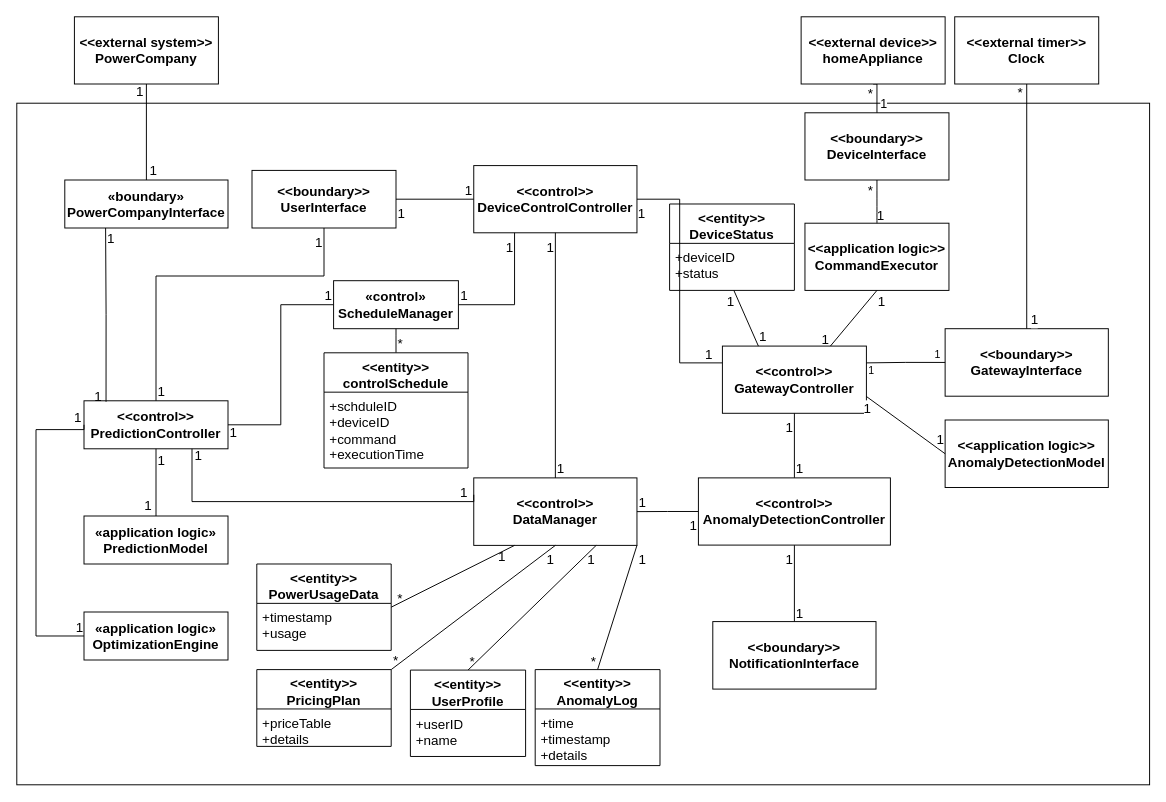
This is page "StaticView" (4 of 4) of DomainModeling.drawio from GeniusHoon/AssociateArchitect, a draw.io file, before an edit. Source tidied: cells renumbered, new cells numbered last; positions are measured from the earlier drawing's top-left corner, leaving out a move shared by most shapes. Both pictures are drawn from the tidied source at 96%, with x=0, y=0 at pixel (16, 16).
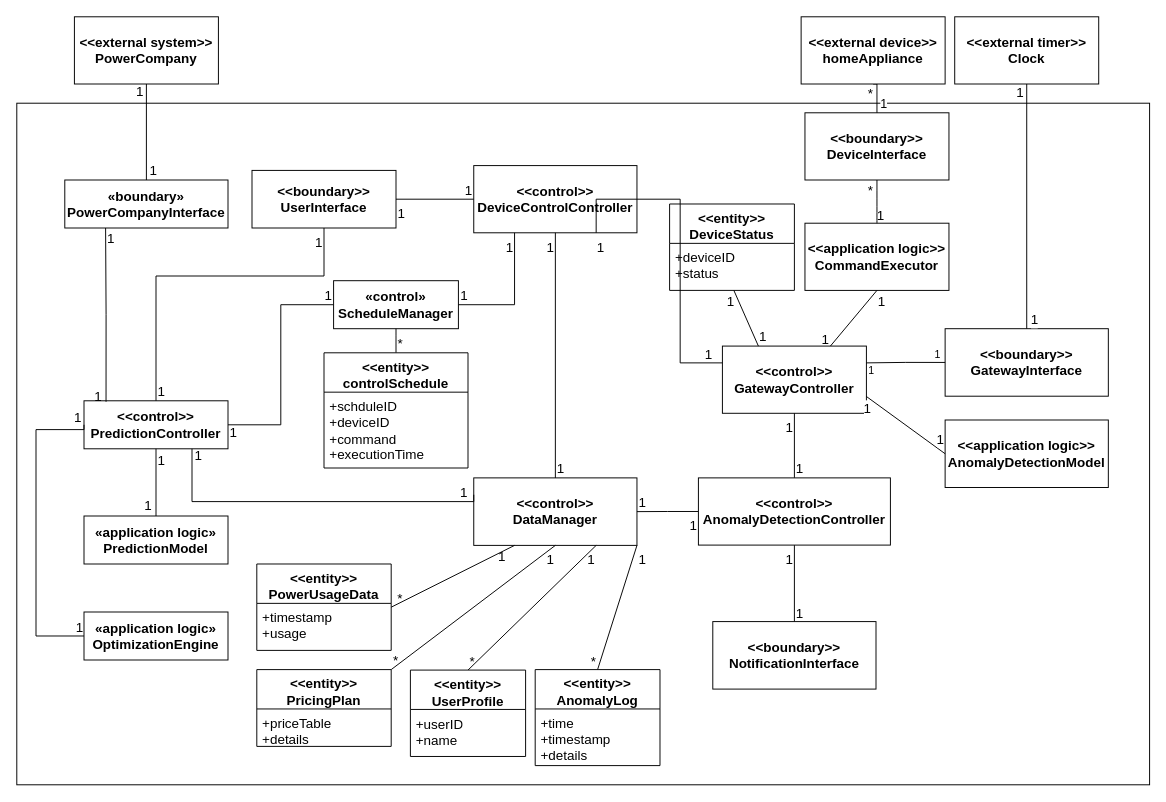
Above is the later version.

Unchanged cells that the change refers to:
```xml
<mxCell id="3" value="&lt;span style=&quot;text-wrap-mode: nowrap;&quot;&gt;&amp;lt;&amp;lt;control&amp;gt;&amp;gt;&lt;/span&gt;&lt;br style=&quot;padding: 0px; margin: 0px; text-wrap-mode: nowrap;&quot;&gt;&lt;span style=&quot;text-wrap-mode: nowrap;&quot;&gt;GatewayController&lt;/span&gt;" style="html=1;whiteSpace=wrap;fontStyle=1;fontSize=14;" parent="1" vertex="1">
  <mxGeometry x="735" y="343" width="150" height="70" as="geometry" />
</mxCell>
<mxCell id="10" value="&lt;span style=&quot;text-wrap-mode: nowrap;&quot;&gt;&amp;lt;&amp;lt;control&amp;gt;&amp;gt;&lt;/span&gt;&lt;br style=&quot;padding: 0px; margin: 0px; text-wrap-mode: nowrap;&quot;&gt;&lt;span style=&quot;text-wrap-mode: nowrap;&quot;&gt;DeviceControlController&lt;/span&gt;" style="html=1;whiteSpace=wrap;fontStyle=1;fontSize=14;" parent="1" vertex="1">
  <mxGeometry x="476" y="155" width="170" height="70" as="geometry" />
</mxCell>
<mxCell id="90" style="edgeStyle=orthogonalEdgeStyle;rounded=0;jettySize=auto;html=1;exitX=0.5;exitY=1;exitDx=0;exitDy=0;entryX=0.5;entryY=0;entryDx=0;entryDy=0;endArrow=none;endFill=0;strokeWidth=1;fontSize=14;" parent="1" edge="1" source="93" target="4">
  <mxGeometry relative="1" as="geometry" />
</mxCell>
```

What changed in the source:
```diff
@@
-    <mxCell id="30" style="startArrow=none;endArrow=none;exitX=1;exitY=0.5;entryX=0;entryY=0.25;rounded=0;edgeStyle=orthogonalEdgeStyle;exitDx=0;exitDy=0;fontSize=14;entryDx=0;entryDy=0;" parent="1" edge="1" source="10" target="3">
-      <mxGeometry relative="1" as="geometry" />
+    <mxCell id="30" style="startArrow=none;endArrow=none;exitX=0.75;exitY=1;entryX=0;entryY=0.25;rounded=0;edgeStyle=orthogonalEdgeStyle;exitDx=0;exitDy=0;fontSize=14;entryDx=0;entryDy=0;" parent="1" edge="1" source="10" target="3">
+      <mxGeometry relative="1" as="geometry">
+        <Array as="points">
+          <mxPoint x="603" y="190" />
+          <mxPoint x="691" y="190" />
+          <mxPoint x="691" y="360" />
+        </Array>
+      </mxGeometry>
     </mxCell>
@@
-    <mxCell id="91" value="*" style="edgeLabel;html=1;align=center;verticalAlign=middle;fontSize=14;" parent="90" vertex="1">
+    <mxCell id="91" value="1" style="edgeLabel;html=1;align=center;verticalAlign=middle;fontSize=14;" parent="90" vertex="1">
       <mxGeometry x="-0.85" relative="1" as="geometry">
         <mxPoint x="-8" y="-11" as="offset" />
       </mxGeometry>
     </mxCell>
```
